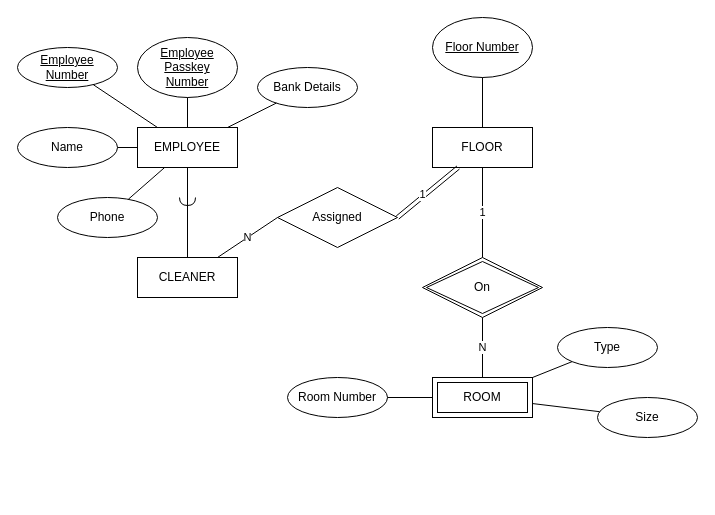
Earlier version of the draw.io diagram INFS 1200 25 T2 Assignment 1 Q1.2.drawio (ActuallyHappening/Classe-de-UQ). Source tidied: cells renumbered, new cells numbered last; positions are measured from the earlier drawing's top-left corner, leaving out a move shared by most shapes. Both pictures are drawn from the tidied source at 100%, with x=0, y=0 at pixel (17, 17).
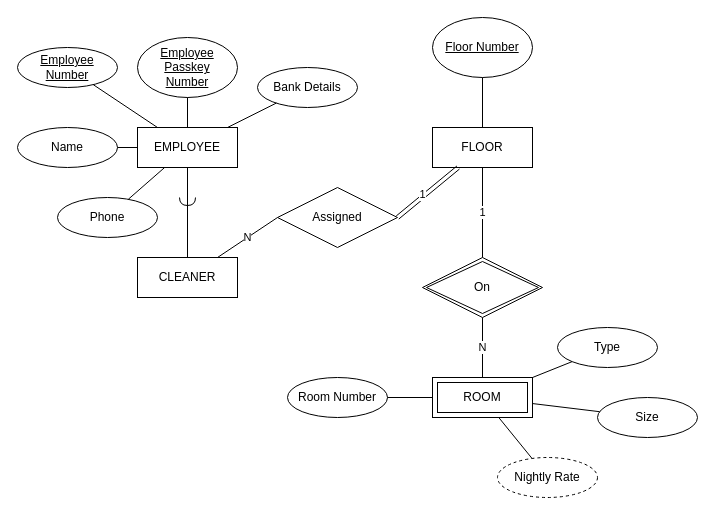
Above is the later version.

Unchanged cells that the change refers to:
```xml
<mxCell id="24" value="ROOM" style="shape=ext;margin=3;double=1;whiteSpace=wrap;html=1;align=center;" parent="1" vertex="1">
  <mxGeometry x="415" y="360" width="100" height="40" as="geometry" />
</mxCell>
```

Diff of the diagram source:
```diff
@@
+    <mxCell id="34" value="Nightly Rate" style="ellipse;whiteSpace=wrap;html=1;align=center;dashed=1;" parent="1" vertex="1">
+      <mxGeometry x="480" y="440" width="100" height="40" as="geometry" />
+    </mxCell>
+    <mxCell id="35" style="endArrow=none;html=1;rounded=0;" parent="1" edge="1" source="24" target="34">
+      <mxGeometry relative="1" as="geometry" />
+    </mxCell>
```
